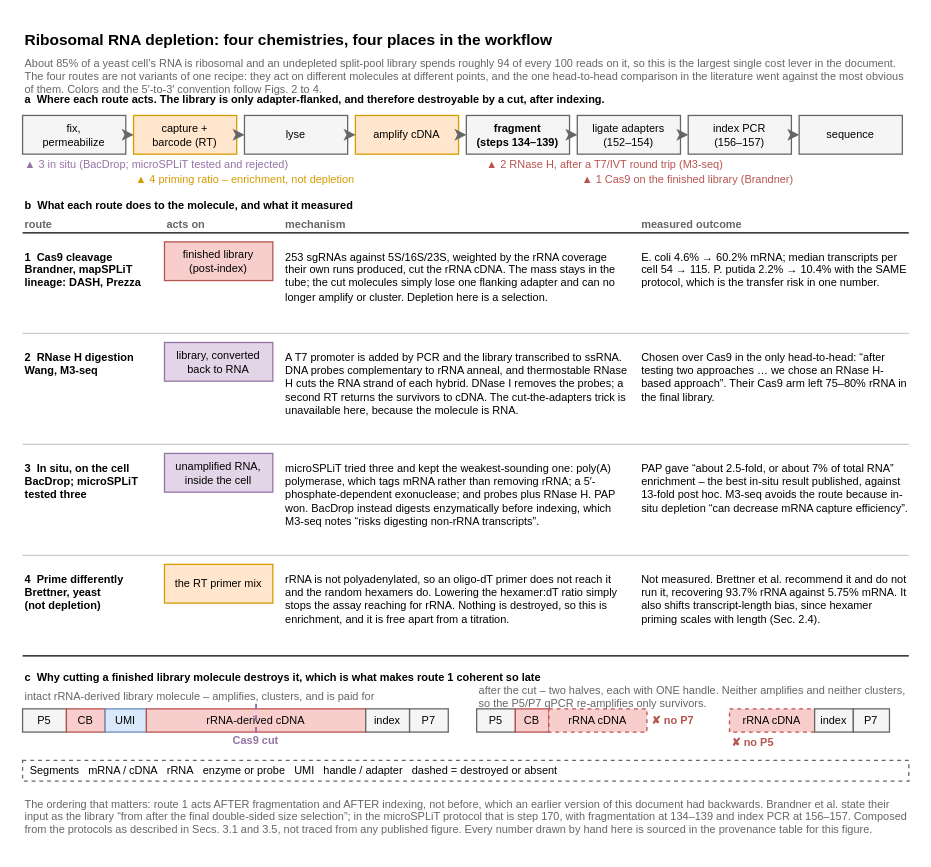
This is notes/assets/drawio/rrna-depletion-options.drawio from Mjvolk3/torchcell, a draw.io file, before an edit. Source tidied: cells renumbered, new cells numbered last; positions are measured from the earlier drawing's top-left corner, leaving out a move shared by most shapes. Both pictures are drawn from the tidied source at 129%, with x=0, y=0 at pixel (22, 22).
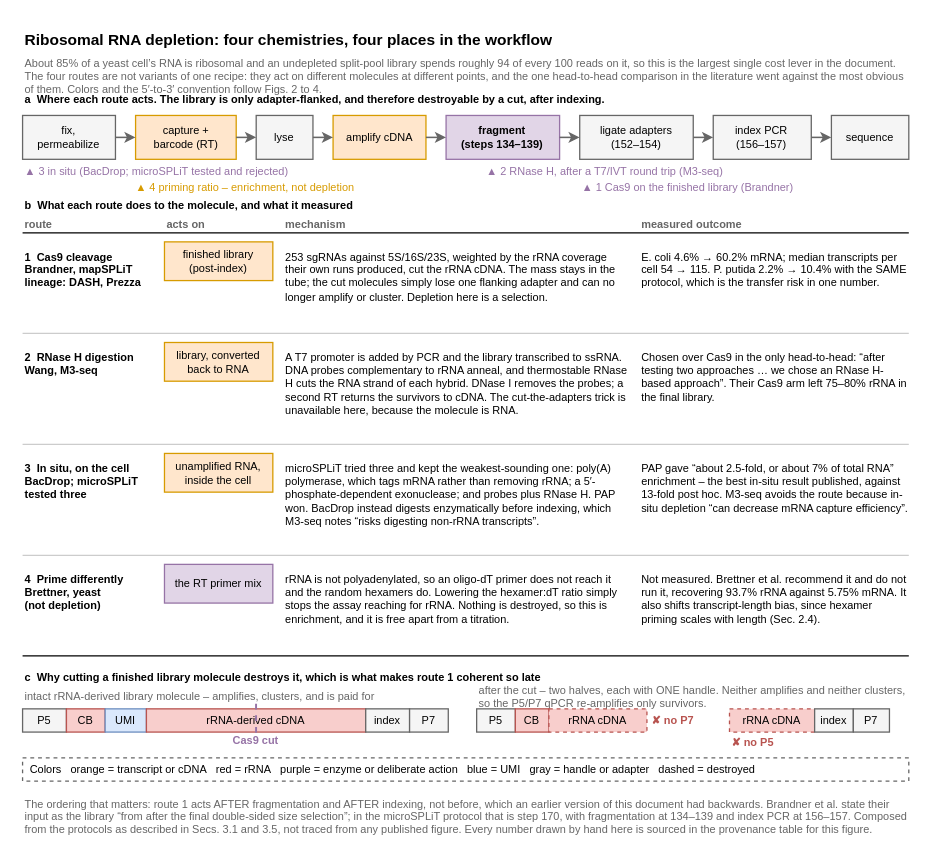
The same page after the edit.

Change to the diagram source:
```diff
@@
     <mxCell id="5" value="fix,&#10;permeabilize" style="rounded=0;whiteSpace=wrap;html=1;fillColor=#F5F5F5;strokeColor=#666666;fontFamily=Arial;fontSize=8.5;" parent="1" vertex="1">
-      <mxGeometry y="72" width="80" height="30" as="geometry" />
+      <mxGeometry y="72" width="72" height="34" as="geometry" />
     </mxCell>
     <mxCell id="6" value="capture +&#10;barcode (RT)" style="rounded=0;whiteSpace=wrap;html=1;fillColor=#FFE6CC;strokeColor=#D79B00;fontFamily=Arial;fontSize=8.5;" parent="1" vertex="1">
-      <mxGeometry x="86" y="72" width="80" height="30" as="geometry" />
+      <mxGeometry x="87.6" y="72" width="78" height="34" as="geometry" />
     </mxCell>
     <mxCell id="7" value="lyse" style="rounded=0;whiteSpace=wrap;html=1;fillColor=#F5F5F5;strokeColor=#666666;fontFamily=Arial;fontSize=8.5;" parent="1" vertex="1">
-      <mxGeometry x="172" y="72" width="80" height="30" as="geometry" />
+      <mxGeometry x="181.1" y="72" width="44" height="34" as="geometry" />
     </mxCell>
     <mxCell id="8" value="amplify cDNA" style="rounded=0;whiteSpace=wrap;html=1;fillColor=#FFE6CC;strokeColor=#D79B00;fontFamily=Arial;fontSize=8.5;" parent="1" vertex="1">
-      <mxGeometry x="258" y="72" width="80" height="30" as="geometry" />
+      <mxGeometry x="240.7" y="72" width="72" height="34" as="geometry" />
     </mxCell>
-    <mxCell id="9" value="fragment&#10;(steps 134–139)" style="rounded=0;whiteSpace=wrap;html=1;fillColor=#F5F5F5;strokeColor=#666666;fontFamily=Arial;fontSize=8.5;fontStyle=1;" parent="1" vertex="1">
-      <mxGeometry x="344" y="72" width="80" height="30" as="geometry" />
+    <mxCell id="9" value="fragment&#10;(steps 134–139)" style="rounded=0;whiteSpace=wrap;html=1;fillColor=#E1D5E7;strokeColor=#9673A6;fontFamily=Arial;fontSize=8.5;fontStyle=1;" parent="1" vertex="1">
+      <mxGeometry x="328.3" y="72" width="88" height="34" as="geometry" />
     </mxCell>
     <mxCell id="10" value="ligate adapters&#10;(152–154)" style="rounded=0;whiteSpace=wrap;html=1;fillColor=#F5F5F5;strokeColor=#666666;fontFamily=Arial;fontSize=8.5;" parent="1" vertex="1">
-      <mxGeometry x="430" y="72" width="80" height="30" as="geometry" />
+      <mxGeometry x="431.9" y="72" width="88" height="34" as="geometry" />
     </mxCell>
     <mxCell id="11" value="index PCR&#10;(156–157)" style="rounded=0;whiteSpace=wrap;html=1;fillColor=#F5F5F5;strokeColor=#666666;fontFamily=Arial;fontSize=8.5;" parent="1" vertex="1">
-      <mxGeometry x="516" y="72" width="80" height="30" as="geometry" />
+      <mxGeometry x="535.4" y="72" width="76" height="34" as="geometry" />
     </mxCell>
     <mxCell id="12" value="sequence" style="rounded=0;whiteSpace=wrap;html=1;fillColor=#F5F5F5;strokeColor=#666666;fontFamily=Arial;fontSize=8.5;" parent="1" vertex="1">
-      <mxGeometry x="602" y="72" width="80" height="30" as="geometry" />
+      <mxGeometry x="627" y="72" width="60" height="34" as="geometry" />
     </mxCell>
-    <mxCell id="13" style="endArrow=classic;html=1;strokeColor=#666666;strokeWidth=1;" parent="1" edge="1">
+    <mxCell id="13" style="endArrow=classic;html=1;strokeColor=#666666;strokeWidth=1.2;endSize=5;" parent="1" edge="1">
       <mxGeometry relative="1" as="geometry">
-        <mxPoint x="80" y="87" as="sourcePoint" />
-        <mxPoint x="86" y="87" as="targetPoint" />
+        <mxPoint x="72" y="89" as="sourcePoint" />
+        <mxPoint x="87.6" y="89" as="targetPoint" />
       </mxGeometry>
     </mxCell>
-    <mxCell id="14" style="endArrow=classic;html=1;strokeColor=#666666;strokeWidth=1;" parent="1" edge="1">
+    <mxCell id="14" style="endArrow=classic;html=1;strokeColor=#666666;strokeWidth=1.2;endSize=5;" parent="1" edge="1">
       <mxGeometry relative="1" as="geometry">
-        <mxPoint x="166" y="87" as="sourcePoint" />
-        <mxPoint x="172" y="87" as="targetPoint" />
+        <mxPoint x="165.6" y="89" as="sourcePoint" />
+        <mxPoint x="181.1" y="89" as="targetPoint" />
       </mxGeometry>
     </mxCell>
-    <mxCell id="15" style="endArrow=classic;html=1;strokeColor=#666666;strokeWidth=1;" parent="1" edge="1">
+    <mxCell id="15" style="endArrow=classic;html=1;strokeColor=#666666;strokeWidth=1.2;endSize=5;" parent="1" edge="1">
       <mxGeometry relative="1" as="geometry">
-        <mxPoint x="252" y="87" as="sourcePoint" />
-        <mxPoint x="258" y="87" as="targetPoint" />
+        <mxPoint x="225.1" y="89" as="sourcePoint" />
+        <mxPoint x="240.7" y="89" as="targetPoint" />
       </mxGeometry>
     </mxCell>
-    <mxCell id="16" style="endArrow=classic;html=1;strokeColor=#666666;strokeWidth=1;" parent="1" edge="1">
+    <mxCell id="16" style="endArrow=classic;html=1;strokeColor=#666666;strokeWidth=1.2;endSize=5;" parent="1" edge="1">
       <mxGeometry relative="1" as="geometry">
-        <mxPoint x="338" y="87" as="sourcePoint" />
-        <mxPoint x="344" y="87" as="targetPoint" />
+        <mxPoint x="312.7" y="89" as="sourcePoint" />
+        <mxPoint x="328.3" y="89" as="targetPoint" />
       </mxGeometry>
     </mxCell>
-    <mxCell id="17" style="endArrow=classic;html=1;strokeColor=#666666;strokeWidth=1;" parent="1" edge="1">
+    <mxCell id="17" style="endArrow=classic;html=1;strokeColor=#666666;strokeWidth=1.2;endSize=5;" parent="1" edge="1">
       <mxGeometry relative="1" as="geometry">
-        <mxPoint x="424" y="87" as="sourcePoint" />
-        <mxPoint x="430" y="87" as="targetPoint" />
+        <mxPoint x="416.3" y="89" as="sourcePoint" />
+        <mxPoint x="431.9" y="89" as="targetPoint" />
       </mxGeometry>
     </mxCell>
-    <mxCell id="18" style="endArrow=classic;html=1;strokeColor=#666666;strokeWidth=1;" parent="1" edge="1">
+    <mxCell id="18" style="endArrow=classic;html=1;strokeColor=#666666;strokeWidth=1.2;endSize=5;" parent="1" edge="1">
       <mxGeometry relative="1" as="geometry">
-        <mxPoint x="510" y="87" as="sourcePoint" />
-        <mxPoint x="516" y="87" as="targetPoint" />
+        <mxPoint x="519.9" y="89" as="sourcePoint" />
+        <mxPoint x="535.4" y="89" as="targetPoint" />
       </mxGeometry>
     </mxCell>
-    <mxCell id="19" style="endArrow=classic;html=1;strokeColor=#666666;strokeWidth=1;" parent="1" edge="1">
+    <mxCell id="19" style="endArrow=classic;html=1;strokeColor=#666666;strokeWidth=1.2;endSize=5;" parent="1" edge="1">
       <mxGeometry relative="1" as="geometry">
-        <mxPoint x="596" y="87" as="sourcePoint" />
-        <mxPoint x="602" y="87" as="targetPoint" />
+        <mxPoint x="611.4" y="89" as="sourcePoint" />
+        <mxPoint x="627" y="89" as="targetPoint" />
       </mxGeometry>
     </mxCell>
     <mxCell id="20" value="▲ 3 in situ (BacDrop; microSPLiT tested and rejected)" style="text;html=1;whiteSpace=wrap;align=left;verticalAlign=middle;fontFamily=Arial;fontSize=8.5;fontColor=#9673A6;" parent="1" vertex="1">
-      <mxGeometry y="104" width="250" height="11" as="geometry" />
+      <mxGeometry y="110" width="250" height="11" as="geometry" />
     </mxCell>
     <mxCell id="21" value="▲ 4 priming ratio – enrichment, not depletion" style="text;html=1;whiteSpace=wrap;align=left;verticalAlign=middle;fontFamily=Arial;fontSize=8.5;fontColor=#D79B00;" parent="1" vertex="1">
-      <mxGeometry x="86" y="116" width="250" height="11" as="geometry" />
+      <mxGeometry x="86" y="122" width="250" height="11" as="geometry" />
     </mxCell>
-    <mxCell id="22" value="▲ 2 RNase H, after a T7/IVT round trip (M3-seq)" style="text;html=1;whiteSpace=wrap;align=left;verticalAlign=middle;fontFamily=Arial;fontSize=8.5;fontColor=#B85450;" parent="1" vertex="1">
-      <mxGeometry x="358" y="104" width="250" height="11" as="geometry" />
+    <mxCell id="22" value="▲ 2 RNase H, after a T7/IVT round trip (M3-seq)" style="text;html=1;whiteSpace=wrap;align=left;verticalAlign=middle;fontFamily=Arial;fontSize=8.5;fontColor=#9673A6;" parent="1" vertex="1">
+      <mxGeometry x="358" y="110" width="250" height="11" as="geometry" />
     </mxCell>
-    <mxCell id="23" value="▲ 1 Cas9 on the finished library (Brandner)" style="text;html=1;whiteSpace=wrap;align=left;verticalAlign=middle;fontFamily=Arial;fontSize=8.5;fontColor=#B85450;" parent="1" vertex="1">
-      <mxGeometry x="432" y="116" width="250" height="11" as="geometry" />
+    <mxCell id="23" value="▲ 1 Cas9 on the finished library (Brandner)" style="text;html=1;whiteSpace=wrap;align=left;verticalAlign=middle;fontFamily=Arial;fontSize=8.5;fontColor=#9673A6;" parent="1" vertex="1">
+      <mxGeometry x="432" y="122" width="250" height="11" as="geometry" />
     </mxCell>
@@
-    <mxCell id="31" value="finished library&#10;(post-index)" style="rounded=0;whiteSpace=wrap;html=1;fillColor=#F8CECC;strokeColor=#B85450;fontFamily=Arial;fontSize=8.5;" parent="1" vertex="1">
+    <mxCell id="31" value="finished library&#10;(post-index)" style="rounded=0;whiteSpace=wrap;html=1;fillColor=#FFE6CC;strokeColor=#D79B00;fontFamily=Arial;fontSize=8.5;" parent="1" vertex="1">
       <mxGeometry x="110" y="170" width="84" height="30" as="geometry" />
     </mxCell>
@@
-    <mxCell id="36" value="library, converted&#10;back to RNA" style="rounded=0;whiteSpace=wrap;html=1;fillColor=#E1D5E7;strokeColor=#9673A6;fontFamily=Arial;fontSize=8.5;" parent="1" vertex="1">
+    <mxCell id="36" value="library, converted&#10;back to RNA" style="rounded=0;whiteSpace=wrap;html=1;fillColor=#FFE6CC;strokeColor=#D79B00;fontFamily=Arial;fontSize=8.5;" parent="1" vertex="1">
       <mxGeometry x="110" y="248" width="84" height="30" as="geometry" />
     </mxCell>
@@
-    <mxCell id="41" value="unamplified RNA,&#10;inside the cell" style="rounded=0;whiteSpace=wrap;html=1;fillColor=#E1D5E7;strokeColor=#9673A6;fontFamily=Arial;fontSize=8.5;" parent="1" vertex="1">
+    <mxCell id="41" value="unamplified RNA,&#10;inside the cell" style="rounded=0;whiteSpace=wrap;html=1;fillColor=#FFE6CC;strokeColor=#D79B00;fontFamily=Arial;fontSize=8.5;" parent="1" vertex="1">
       <mxGeometry x="110" y="334" width="84" height="30" as="geometry" />
     </mxCell>
@@
-    <mxCell id="46" value="the RT primer mix" style="rounded=0;whiteSpace=wrap;html=1;fillColor=#FFE6CC;strokeColor=#D79B00;fontFamily=Arial;fontSize=8.5;" parent="1" vertex="1">
+    <mxCell id="46" value="the RT primer mix" style="rounded=0;whiteSpace=wrap;html=1;fillColor=#E1D5E7;strokeColor=#9673A6;fontFamily=Arial;fontSize=8.5;" parent="1" vertex="1">
       <mxGeometry x="110" y="420" width="84" height="30" as="geometry" />
     </mxCell>
@@
-    <mxCell id="69" value="Segments   mRNA / cDNA   rRNA   enzyme or probe   UMI   handle / adapter   dashed = destroyed or absent" style="rounded=0;whiteSpace=wrap;html=1;fillColor=none;strokeColor=#666666;dashed=1;fontFamily=Arial;fontSize=8.5;align=left;verticalAlign=middle;spacingLeft=4;" parent="1" vertex="1">
-      <mxGeometry y="572" width="687" height="16" as="geometry" />
+    <mxCell id="69" value="Colors   orange = transcript or cDNA   red = rRNA   purple = enzyme or deliberate action   blue = UMI   gray = handle or adapter   dashed = destroyed" style="rounded=0;whiteSpace=wrap;html=1;fillColor=none;strokeColor=#666666;dashed=1;fontFamily=Arial;fontSize=8.5;align=left;verticalAlign=middle;spacingLeft=4;" parent="1" vertex="1">
+      <mxGeometry y="570" width="687" height="18" as="geometry" />
     </mxCell>
     <mxCell id="70" value="The ordering that matters: route 1 acts AFTER fragmentation and AFTER indexing, not before, which an earlier version of this document had backwards. Brandner et al. state their input as the library “from after the final double-sided size selection”; in the microSPLiT protocol that is step 170, with fragmentation at 134–139 and index PCR at 156–157. Composed from the protocols as described in Secs. 3.1 and 3.5, not traced from any published figure. Every number drawn by hand here is sourced in the provenance table for this figure." style="text;html=1;whiteSpace=wrap;align=left;verticalAlign=top;fontFamily=Arial;fontSize=8.5;fontColor=#666666;" parent="1" vertex="1">
-      <mxGeometry y="594" width="687" height="42" as="geometry" />
+      <mxGeometry y="594" width="687" height="44" as="geometry" />
     </mxCell>
```
